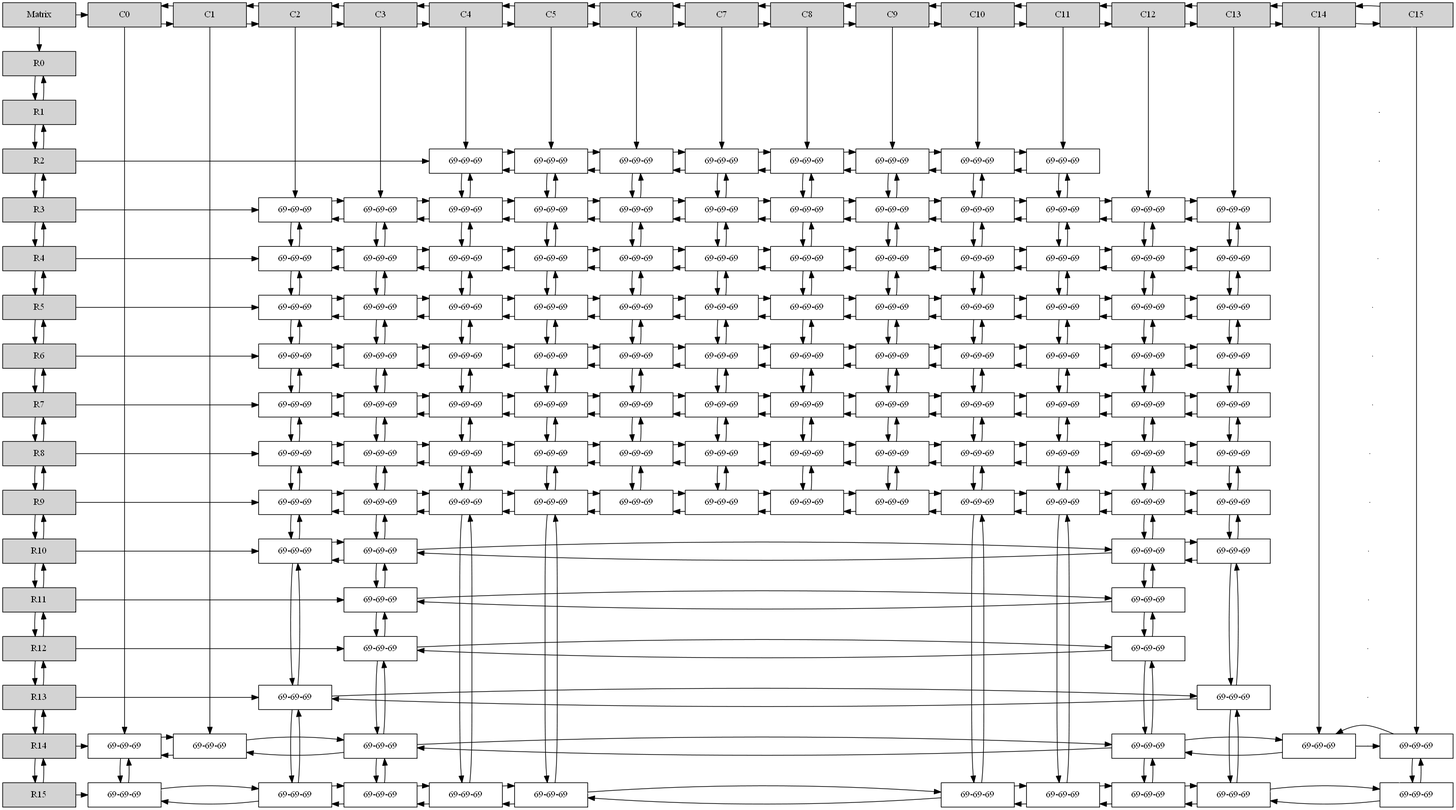
The Graphviz diagram Structures/head.png in deathstroke021/EDD_2S2019_PY1_201503961, before a commit. Its source is kept beside it as Structures/head.dot.
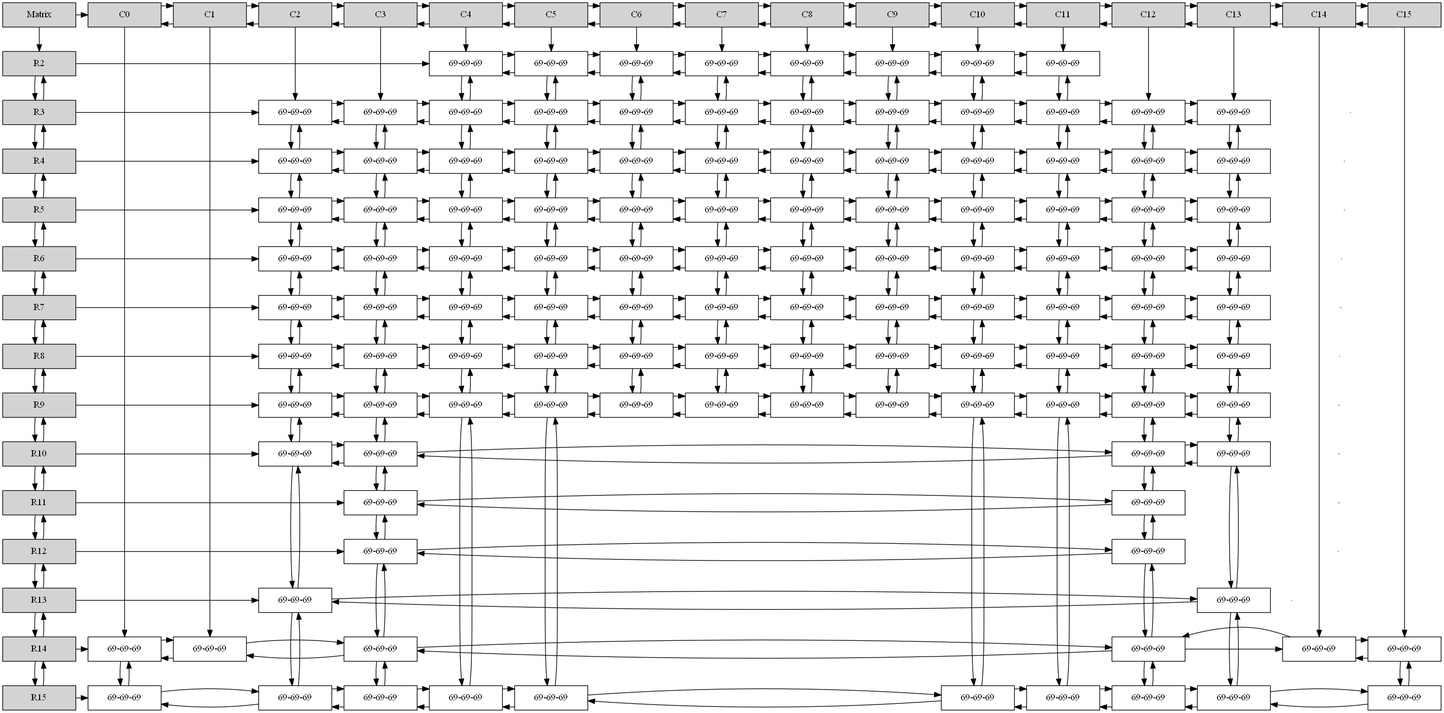
The same file after the commit.

The edit, as a diff of the source:
```diff
@@ -13,63 +13,8 @@
 e9[ shape = point, width = 0 ];
 e10[ shape = point, width = 0 ];
 e11[ shape = point, width = 0 ];
-e12[ shape = point, width = 0 ];
-e13[ shape = point, width = 0 ];
-A0[label ="C0" width = 1.5 style = filled, group =2];
-A0->A1;
-A1[label ="C1" width = 1.5 style = filled, group =3];
-A1->A2;
-A1->A0;
-A2[label ="C2" width = 1.5 style = filled, group =4];
-A2->A3;
-A2->A1;
-A3[label ="C3" width = 1.5 style = filled, group =5];
-A3->A4;
-A3->A2;
-A4[label ="C4" width = 1.5 style = filled, group =6];
-A4->A5;
-A4->A3;
-A5[label ="C5" width = 1.5 style = filled, group =7];
-A5->A6;
-A5->A4;
-A6[label ="C6" width = 1.5 style = filled, group =8];
-A6->A7;
-A6->A5;
-A7[label ="C7" width = 1.5 style = filled, group =9];
-A7->A8;
-A7->A6;
-A8[label ="C8" width = 1.5 style = filled, group =10];
-A8->A9;
-A8->A7;
-A9[label ="C9" width = 1.5 style = filled, group =11];
-A9->A10;
-A9->A8;
-A10[label ="C10" width = 1.5 style = filled, group =12];
-A10->A11;
-A10->A9;
-A11[label ="C11" width = 1.5 style = filled, group =13];
-A11->A12;
-A11->A10;
-A12[label ="C12" width = 1.5 style = filled, group =14];
-A12->A13;
-A12->A11;
-A13[label ="C13" width = 1.5 style = filled, group =15];
-A13->A14;
-A13->A12;
-A14[label ="C14" width = 1.5 style = filled, group =16];
-A14->A15;
-A14->A13;
-A15[label ="C15" width = 1.5 style = filled, group =17];
-A15->A14;
-{ rank = same; Mt; A0; A1; A2; A3; A4; A5; A6; A7; A8; A9; A10; A11; A12; A13; A14; A15; }
-U0[label = "R0"    width = 1.5 style = filled, group = 1 ];
-U0->U1;
-U1[label = "R1"    width = 1.5 style = filled, group = 1 ];
-U1->U2;
-U1->U0;
 U2[label = "R2"    width = 1.5 style = filled, group = 1 ];
-U2->U3;
-U2->U1;
+Mt->U2;
 N4_L2 [label = "69-69-69" width = 1.5, group =6];
 U2 -> N4_L2;
 A4 -> N4_L2;
@@ -103,8 +48,8 @@
 A11 -> N11_L2;
 { rank = same; U2;N4_L2;N5_L2;N6_L2;N7_L2;N8_L2;N9_L2;N10_L2;N11_L2;}
 U3[label = "R3"    width = 1.5 style = filled, group = 1 ];
-U3->U4;
-U3->U2;
+U3 -> U2;
+U2 -> U3;
 N2_L3 [label = "69-69-69" width = 1.5, group =4];
 U3 -> N2_L3;
 A2 -> N2_L3;
@@ -162,8 +107,9 @@
 A13 -> N13_L3;
 { rank = same; U3;N2_L3;N3_L3;N4_L3;N5_L3;N6_L3;N7_L3;N8_L3;N9_L3;N10_L3;N11_L3;N12_L3;N13_L3;}
 U4[label = "R4"    width = 1.5 style = filled, group = 1 ];
-U4->U5;
-U4->U3;
+U4 -> U3;
+U3 -> U4;
+{ rank = same; U3; e0}
 N2_L4 [label = "69-69-69" width = 1.5, group =4];
 U4 -> N2_L4;
 N2_L4 -> N2_L3;
@@ -225,8 +171,9 @@
 N13_L3 -> N13_L4;
 { rank = same; U4;N2_L4;N3_L4;N4_L4;N5_L4;N6_L4;N7_L4;N8_L4;N9_L4;N10_L4;N11_L4;N12_L4;N13_L4;}
 U5[label = "R5"    width = 1.5 style = filled, group = 1 ];
-U5->U6;
-U5->U4;
+U5 -> U4;
+U4 -> U5;
+{ rank = same; U4; e1}
 N2_L5 [label = "69-69-69" width = 1.5, group =4];
 U5 -> N2_L5;
 N2_L5 -> N2_L4;
@@ -288,8 +235,9 @@
 N13_L4 -> N13_L5;
 { rank = same; U5;N2_L5;N3_L5;N4_L5;N5_L5;N6_L5;N7_L5;N8_L5;N9_L5;N10_L5;N11_L5;N12_L5;N13_L5;}
 U6[label = "R6"    width = 1.5 style = filled, group = 1 ];
-U6->U7;
-U6->U5;
+U6 -> U5;
+U5 -> U6;
+{ rank = same; U5; e2}
 N2_L6 [label = "69-69-69" width = 1.5, group =4];
 U6 -> N2_L6;
 N2_L6 -> N2_L5;
@@ -351,8 +299,9 @@
 N13_L5 -> N13_L6;
 { rank = same; U6;N2_L6;N3_L6;N4_L6;N5_L6;N6_L6;N7_L6;N8_L6;N9_L6;N10_L6;N11_L6;N12_L6;N13_L6;}
 U7[label = "R7"    width = 1.5 style = filled, group = 1 ];
-U7->U8;
-U7->U6;
+U7 -> U6;
+U6 -> U7;
+{ rank = same; U6; e3}
 N2_L7 [label = "69-69-69" width = 1.5, group =4];
 U7 -> N2_L7;
 N2_L7 -> N2_L6;
@@ -414,8 +363,9 @@
 N13_L6 -> N13_L7;
 { rank = same; U7;N2_L7;N3_L7;N4_L7;N5_L7;N6_L7;N7_L7;N8_L7;N9_L7;N10_L7;N11_L7;N12_L7;N13_L7;}
 U8[label = "R8"    width = 1.5 style = filled, group = 1 ];
-U8->U9;
-U8->U7;
+U8 -> U7;
+U7 -> U8;
+{ rank = same; U7; e4}
 N2_L8 [label = "69-69-69" width = 1.5, group =4];
 U8 -> N2_L8;
 N2_L8 -> N2_L7;
@@ -477,8 +427,9 @@
 N13_L7 -> N13_L8;
 { rank = same; U8;N2_L8;N3_L8;N4_L8;N5_L8;N6_L8;N7_L8;N8_L8;N9_L8;N10_L8;N11_L8;N12_L8;N13_L8;}
 U9[label = "R9"    width = 1.5 style = filled, group = 1 ];
-U9->U10;
-U9->U8;
+U9 -> U8;
+U8 -> U9;
+{ rank = same; U8; e5}
 N2_L9 [label = "69-69-69" width = 1.5, group =4];
 U9 -> N2_L9;
 N2_L9 -> N2_L8;
@@ -540,8 +491,9 @@
 N13_L8 -> N13_L9;
 { rank = same; U9;N2_L9;N3_L9;N4_L9;N5_L9;N6_L9;N7_L9;N8_L9;N9_L9;N10_L9;N11_L9;N12_L9;N13_L9;}
 U10[label = "R10"    width = 1.5 style = filled, group = 1 ];
-U10->U11;
-U10->U9;
+U10 -> U9;
+U9 -> U10;
+{ rank = same; U9; e6}
 N2_L10 [label = "69-69-69" width = 1.5, group =4];
 U10 -> N2_L10;
 N2_L10 -> N2_L9;
@@ -563,8 +515,9 @@
 N13_L9 -> N13_L10;
 { rank = same; U10;N2_L10;N3_L10;N12_L10;N13_L10;}
 U11[label = "R11"    width = 1.5 style = filled, group = 1 ];
-U11->U12;
-U11->U10;
+U11 -> U10;
+U10 -> U11;
+{ rank = same; U10; e7}
 N3_L11 [label = "69-69-69" width = 1.5, group =5];
 U11 -> N3_L11;
 N3_L11 -> N3_L10;
@@ -576,8 +529,9 @@
 N12_L10 -> N12_L11;
 { rank = same; U11;N3_L11;N12_L11;}
 U12[label = "R12"    width = 1.5 style = filled, group = 1 ];
-U12->U13;
-U12->U11;
+U12 -> U11;
+U11 -> U12;
+{ rank = same; U11; e8}
 N3_L12 [label = "69-69-69" width = 1.5, group =5];
 U12 -> N3_L12;
 N3_L12 -> N3_L11;
@@ -589,21 +543,25 @@
 N12_L11 -> N12_L12;
 { rank = same; U12;N3_L12;N12_L12;}
 U13[label = "R13"    width = 1.5 style = filled, group = 1 ];
-U13->U14;
-U13->U12;
+U13 -> U12;
+U12 -> U13;
+{ rank = same; U12; e9}
 N2_L13 [label = "69-69-69" width = 1.5, group =4];
 U13 -> N2_L13;
 N2_L13 -> N2_L10;
 N2_L10 -> N2_L13;
+e11-> N2_L13[dir = none, color = "white"];
 N13_L13 [label = "69-69-69" width = 1.5, group =15];
 N13_L13 -> N2_L13;
 N2_L13 -> N13_L13;
 N13_L13 -> N13_L10;
 N13_L10 -> N13_L13;
+e11-> N13_L13[dir = none, color = "white"];
 { rank = same; U13;N2_L13;N13_L13;}
 U14[label = "R14"    width = 1.5 style = filled, group = 1 ];
-U14->U15;
-U14->U13;
+U14 -> U13;
+U13 -> U14;
+{ rank = same; U13; e10}
 N0_L14 [label = "69-69-69" width = 1.5, group =2];
 U14 -> N0_L14;
 A0 -> N0_L14;
@@ -631,83 +589,107 @@
 A15 -> N15_L14;
 { rank = same; U14;N0_L14;N1_L14;N3_L14;N12_L14;N14_L14;N15_L14;}
 U15[label = "R15"    width = 1.5 style = filled, group = 1 ];
-U15->U14;
+U15 -> U14;
+U14 -> U15;
+{ rank = same; U14; e11}
 N0_L15 [label = "69-69-69" width = 1.5, group =2];
 U15 -> N0_L15;
 N0_L15 -> N0_L14;
 N0_L14 -> N0_L15;
-e13-> N0_L15[dir = none, color = "white"];
 N2_L15 [label = "69-69-69" width = 1.5, group =4];
 N2_L15 -> N0_L15;
 N0_L15 -> N2_L15;
 N2_L15 -> N2_L13;
 N2_L13 -> N2_L15;
-e13-> N2_L15[dir = none, color = "white"];
 N3_L15 [label = "69-69-69" width = 1.5, group =5];
 N3_L15 -> N2_L15;
 N2_L15 -> N3_L15;
 N3_L15 -> N3_L14;
 N3_L14 -> N3_L15;
-e13-> N3_L15[dir = none, color = "white"];
 N4_L15 [label = "69-69-69" width = 1.5, group =6];
 N4_L15 -> N3_L15;
 N3_L15 -> N4_L15;
 N4_L15 -> N4_L9;
 N4_L9 -> N4_L15;
-e13-> N4_L15[dir = none, color = "white"];
 N5_L15 [label = "69-69-69" width = 1.5, group =7];
 N5_L15 -> N4_L15;
 N4_L15 -> N5_L15;
 N5_L15 -> N5_L9;
 N5_L9 -> N5_L15;
-e13-> N5_L15[dir = none, color = "white"];
 N10_L15 [label = "69-69-69" width = 1.5, group =12];
 N10_L15 -> N5_L15;
 N5_L15 -> N10_L15;
 N10_L15 -> N10_L9;
 N10_L9 -> N10_L15;
-e13-> N10_L15[dir = none, color = "white"];
 N11_L15 [label = "69-69-69" width = 1.5, group =13];
 N11_L15 -> N10_L15;
 N10_L15 -> N11_L15;
 N11_L15 -> N11_L9;
 N11_L9 -> N11_L15;
-e13-> N11_L15[dir = none, color = "white"];
 N12_L15 [label = "69-69-69" width = 1.5, group =14];
 N12_L15 -> N11_L15;
 N11_L15 -> N12_L15;
 N12_L15 -> N12_L14;
 N12_L14 -> N12_L15;
-e13-> N12_L15[dir = none, color = "white"];
 N13_L15 [label = "69-69-69" width = 1.5, group =15];
 N13_L15 -> N12_L15;
 N12_L15 -> N13_L15;
 N13_L15 -> N13_L13;
 N13_L13 -> N13_L15;
-e13-> N13_L15[dir = none, color = "white"];
 N15_L15 [label = "69-69-69" width = 1.5, group =17];
 N15_L15 -> N13_L15;
 N13_L15 -> N15_L15;
 N15_L15 -> N15_L14;
 N15_L14 -> N15_L15;
-e13-> N15_L15[dir = none, color = "white"];
 { rank = same; U15;N0_L15;N2_L15;N3_L15;N4_L15;N5_L15;N10_L15;N11_L15;N12_L15;N13_L15;N15_L15;}
-Mt->U0;
+A0[label ="C0" width = 1.5 style = filled, group =2];
 Mt->A0;
-{ rank = same; U1; e0}
-{ rank = same; U2; e1}
-{ rank = same; U3; e2}
-{ rank = same; U4; e3}
-{ rank = same; U5; e4}
-{ rank = same; U6; e5}
-{ rank = same; U7; e6}
-{ rank = same; U8; e7}
-{ rank = same; U9; e8}
-{ rank = same; U10; e9}
-{ rank = same; U11; e10}
-{ rank = same; U12; e11}
-{ rank = same; U13; e12}
-{ rank = same; U14; e13}
+A1[label ="C1" width = 1.5 style = filled, group =3];
+A1->A0;
+A0->A1;
+A2[label ="C2" width = 1.5 style = filled, group =4];
+A2->A1;
+A1->A2;
+A3[label ="C3" width = 1.5 style = filled, group =5];
+A3->A2;
+A2->A3;
+A4[label ="C4" width = 1.5 style = filled, group =6];
+A4->A3;
+A3->A4;
+A5[label ="C5" width = 1.5 style = filled, group =7];
+A5->A4;
+A4->A5;
+A6[label ="C6" width = 1.5 style = filled, group =8];
+A6->A5;
+A5->A6;
+A7[label ="C7" width = 1.5 style = filled, group =9];
+A7->A6;
+A6->A7;
+A8[label ="C8" width = 1.5 style = filled, group =10];
+A8->A7;
+A7->A8;
+A9[label ="C9" width = 1.5 style = filled, group =11];
+A9->A8;
+A8->A9;
+A10[label ="C10" width = 1.5 style = filled, group =12];
+A10->A9;
+A9->A10;
+A11[label ="C11" width = 1.5 style = filled, group =13];
+A11->A10;
+A10->A11;
+A12[label ="C12" width = 1.5 style = filled, group =14];
+A12->A11;
+A11->A12;
+A13[label ="C13" width = 1.5 style = filled, group =15];
+A13->A12;
+A12->A13;
+A14[label ="C14" width = 1.5 style = filled, group =16];
+A14->A13;
+A13->A14;
+A15[label ="C15" width = 1.5 style = filled, group =17];
+A15->A14;
+A14->A15;
+{ rank = same; Mt; A0; A1; A2; A3; A4; A5; A6; A7; A8; A9; A10; A11; A12; A13; A14; A15; }
 A15-> e0[ dir = none, color = "white" ];
 e0-> e1[ dir = none, color = "white" ];
 e1-> e2[ dir = none, color = "white" ];
@@ -720,6 +702,4 @@
 e8-> e9[ dir = none, color = "white" ];
 e9-> e10[ dir = none, color = "white" ];
 e10-> e11[ dir = none, color = "white" ];
-e11-> e12[ dir = none, color = "white" ];
-e12-> e13[ dir = none, color = "white" ];
 }
```
